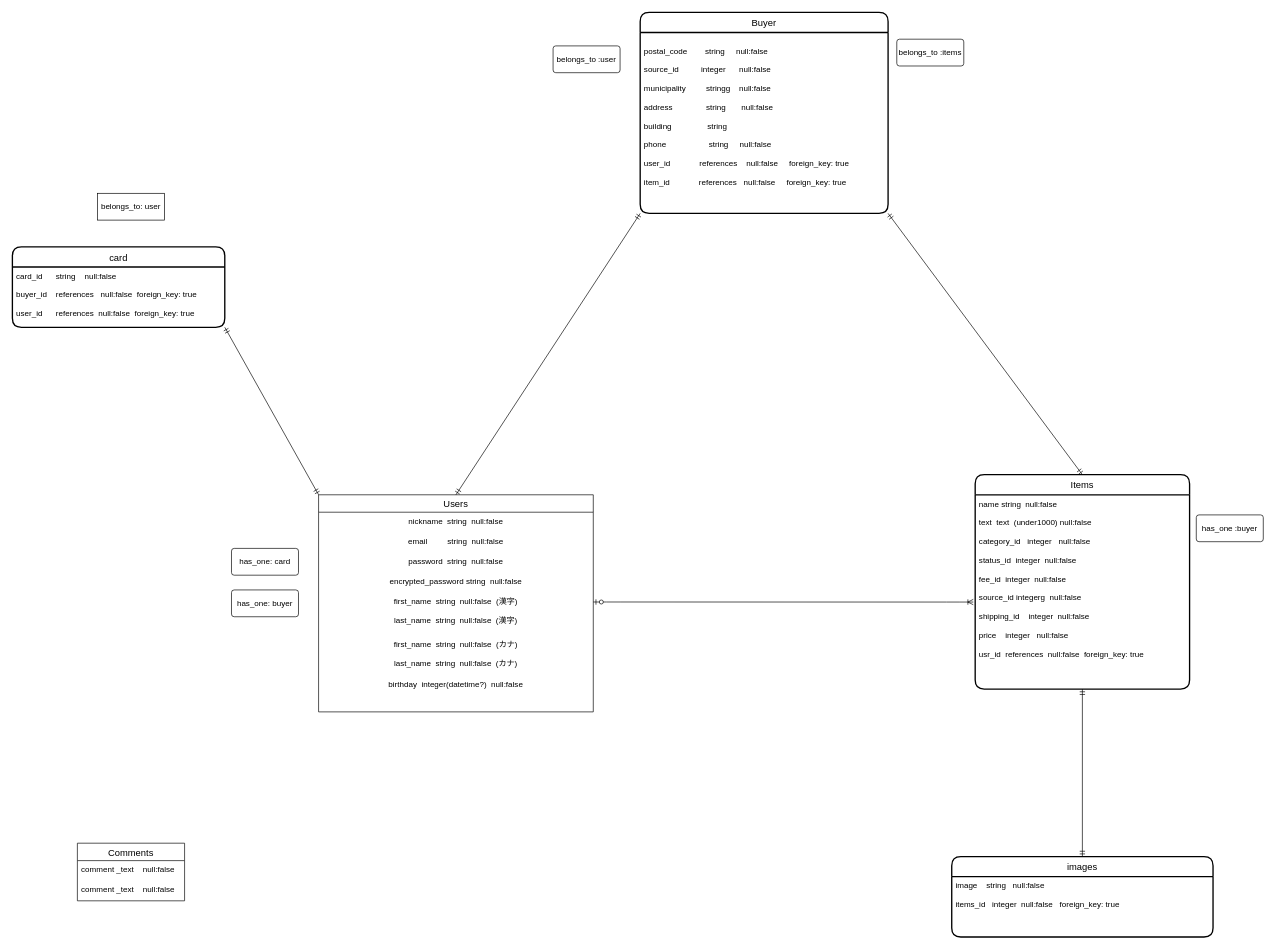
Above: furima-ER.dio in tomuyamukun/furima-32069 (draw.io), before the change. Source tidied: cells renumbered, new cells numbered last; positions are measured from the earlier drawing's top-left corner, leaving out a move shared by most shapes. Both pictures are drawn from the tidied source at 67%, with x=0, y=0 at pixel (12, 12).
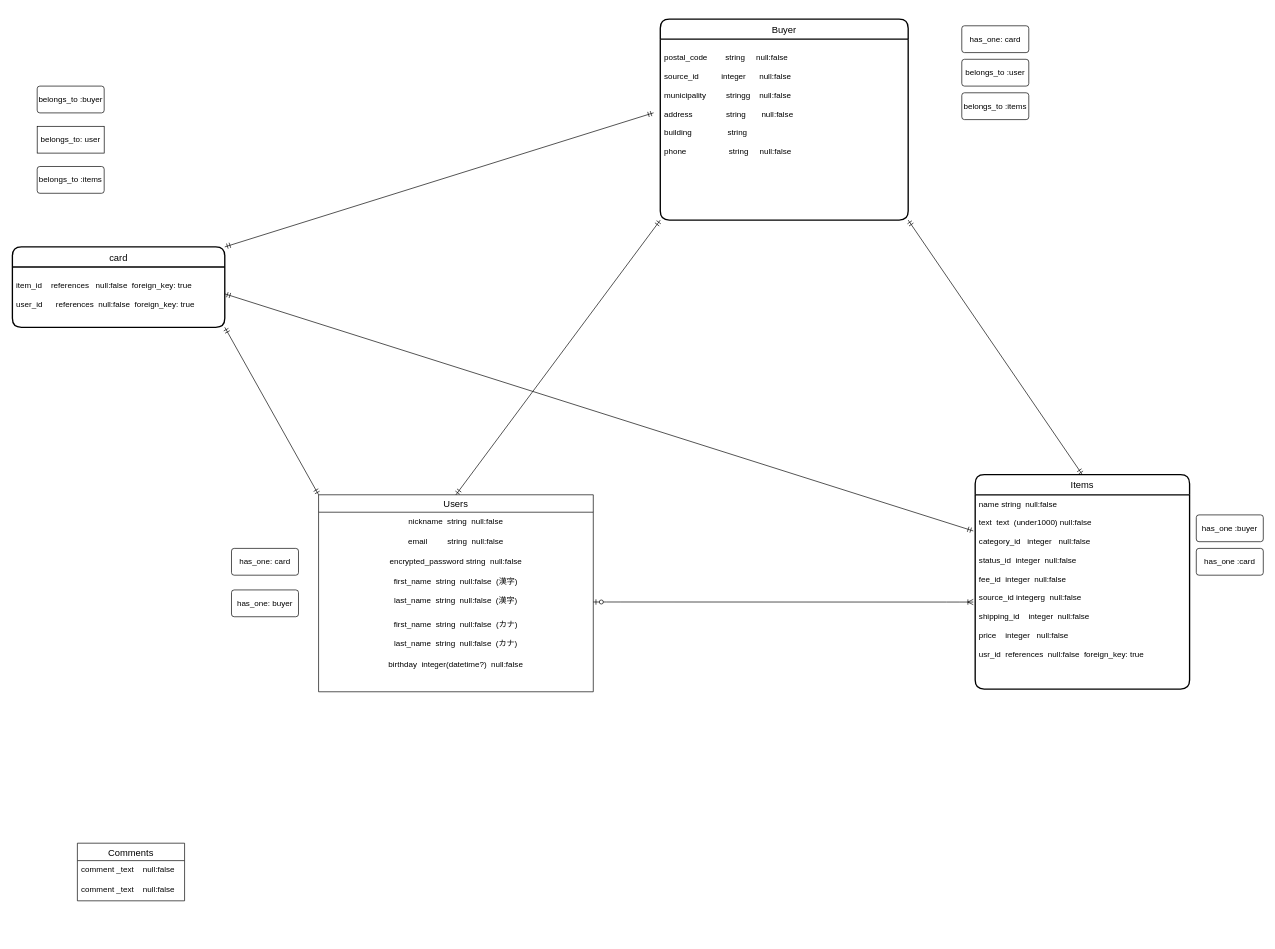
After the change.

Unchanged cells that the change refers to:
```xml
<mxCell id="20" value="name string  null:false&#10;&#10;text  text  (under1000) null:false&#10;&#10;category_id   integer   null:false&#10;&#10;status_id  integer  null:false&#10;&#10;fee_id  integer  null:false&#10;&#10;source_id integerg  null:false&#10;&#10;shipping_id    integer  null:false&#10;&#10;price    integer   null:false&#10;&#10;usr_id  references  null:false  foreign_key: true" style="align=left;strokeColor=none;fillColor=none;spacingLeft=4;fontSize=12;verticalAlign=top;" parent="19" vertex="1">
  <mxGeometry y="30" width="320" height="290" as="geometry" />
</mxCell>
<mxCell id="28" value="card" style="swimlane;horizontal=1;startSize=30;rounded=1;fontSize=14;fontStyle=0;strokeWidth=2;shadow=0;dashed=0;align=center;" parent="1" vertex="1">
  <mxGeometry y="350" width="317" height="120" as="geometry" />
</mxCell>
```

Change to the diagram source:
```diff
@@
     <mxCell id="3" value="belongs_to :items" style="rounded=1;arcSize=10;whiteSpace=wrap;html=1;align=center;" parent="1" vertex="1">
-      <mxGeometry x="1320" y="40" width="100" height="40" as="geometry" />
+      <mxGeometry x="1417" y="120" width="100" height="40" as="geometry" />
     </mxCell>
@@
-    <mxCell id="7" value="Buyer" style="swimlane;horizontal=1;startSize=30;rounded=1;fontSize=14;fontStyle=0;strokeWidth=2;shadow=0;dashed=0;align=center;" parent="1" vertex="1">
-      <mxGeometry x="937" width="370" height="300" as="geometry" />
-    </mxCell>
-    <mxCell id="8" value="&#10;postal_code        string     null:false&#10;&#10;source_id          integer      null:false&#10;&#10;municipality         stringg    null:false&#10;&#10;address               string       null:false&#10;&#10;building                string&#10;&#10;phone                   string     null:false&#10;&#10;user_id             references    null:false     foreign_key: true&#10;&#10;item_id             references   null:false     foreign_key: true" style="align=left;strokeColor=none;fillColor=none;spacingLeft=4;fontSize=12;verticalAlign=top;" parent="7" vertex="1">
-      <mxGeometry y="30" width="370" height="270" as="geometry" />
-    </mxCell>
-    <mxCell id="9" style="fontSize=12;html=1;endArrow=ERmandOne;startArrow=ERmandOne;entryX=0.5;entryY=1;entryDx=0;entryDy=0;exitX=0.5;exitY=0;exitDx=0;exitDy=0;" parent="1" edge="1" source="22" target="20">
-      <mxGeometry relative="1" as="geometry" />
-    </mxCell>
@@
     <mxCell id="11" value="Users" style="swimlane;fontStyle=0;horizontal=1;startSize=26;align=center;fontSize=14;" parent="1" vertex="1">
-      <mxGeometry x="457" y="720" width="410" height="324" as="geometry" />
+      <mxGeometry x="457" y="720" width="410" height="294" as="geometry" />
     </mxCell>
@@
-    <mxCell id="14" value="password  string  null:false" style="text;strokeColor=none;fillColor=none;spacingLeft=4;spacingRight=4;overflow=hidden;fontSize=12;align=center;" parent="11" vertex="1">
-      <mxGeometry y="86" width="410" height="30" as="geometry" />
-    </mxCell>
     <mxCell id="15" value="encrypted_password string  null:false" style="text;strokeColor=none;fillColor=none;spacingLeft=4;spacingRight=4;overflow=hidden;fontSize=12;align=center;" parent="11" vertex="1">
-      <mxGeometry y="116" width="410" height="30" as="geometry" />
+      <mxGeometry y="86" width="410" height="30" as="geometry" />
     </mxCell>
     <mxCell id="16" value="first_name  string  null:false  (漢字)&#10;&#10;last_name  string  null:false  (漢字)&#10;&#10;" style="text;strokeColor=none;fillColor=none;spacingLeft=4;spacingRight=4;overflow=hidden;fontSize=12;align=center;" parent="11" vertex="1">
-      <mxGeometry y="146" width="410" height="64" as="geometry" />
+      <mxGeometry y="116" width="410" height="64" as="geometry" />
     </mxCell>
     <mxCell id="17" value="first_name  string  null:false  (カナ)&#10;&#10;last_name  string  null:false  (カナ)" style="text;strokeColor=none;fillColor=none;spacingLeft=4;spacingRight=4;overflow=hidden;fontSize=12;align=center;" parent="11" vertex="1">
-      <mxGeometry y="210" width="410" height="60" as="geometry" />
+      <mxGeometry y="180" width="410" height="60" as="geometry" />
     </mxCell>
     <mxCell id="18" value="birthday  integer(datetime?)  null:false" style="text;strokeColor=none;fillColor=none;spacingLeft=4;spacingRight=4;overflow=hidden;fontSize=12;align=center;" parent="11" vertex="1">
-      <mxGeometry y="270" width="410" height="54" as="geometry" />
+      <mxGeometry y="240" width="410" height="54" as="geometry" />
     </mxCell>
@@
-    <mxCell id="22" value="images" style="swimlane;horizontal=1;startSize=30;rounded=1;fontSize=14;fontStyle=0;strokeWidth=2;shadow=0;dashed=0;align=center;" parent="1" vertex="1">
-      <mxGeometry x="1402" y="1260" width="390" height="120" as="geometry" />
-    </mxCell>
-    <mxCell id="23" value="image    string   null:false&#10;&#10;items_id   integer  null:false   foreign_key: true" style="align=left;strokeColor=none;fillColor=none;spacingLeft=4;fontSize=12;verticalAlign=top;" parent="22" vertex="1">
-      <mxGeometry y="30" width="390" height="90" as="geometry" />
-    </mxCell>
@@
     <mxCell id="25" value="belongs_to :user" style="rounded=1;arcSize=10;whiteSpace=wrap;html=1;align=center;" parent="1" vertex="1">
-      <mxGeometry x="807" y="50" width="100" height="40" as="geometry" />
+      <mxGeometry x="1417" y="70" width="100" height="40" as="geometry" />
     </mxCell>
@@
-    <mxCell id="29" value="card_id      string    null:false&#10;&#10;buyer_id    references   null:false  foreign_key: true&#10;&#10;user_id      references  null:false  foreign_key: true    " style="align=left;strokeColor=none;fillColor=none;spacingLeft=4;fontSize=12;verticalAlign=top;" parent="28" vertex="1">
+    <mxCell id="29" value="&#10;item_id    references   null:false  foreign_key: true&#10;&#10;user_id      references  null:false  foreign_key: true    " style="align=left;strokeColor=none;fillColor=none;spacingLeft=4;fontSize=12;verticalAlign=top;" parent="28" vertex="1">
       <mxGeometry y="30" width="317" height="90" as="geometry" />
     </mxCell>
@@
     <mxCell id="32" value="belongs_to: user" style="whiteSpace=wrap;html=1;align=center;" parent="1" vertex="1">
-      <mxGeometry x="127" y="270" width="100" height="40" as="geometry" />
+      <mxGeometry x="37" y="170" width="100" height="40" as="geometry" />
     </mxCell>
+    <mxCell id="33" value="belongs_to :items" style="rounded=1;arcSize=10;whiteSpace=wrap;html=1;align=center;" parent="1" vertex="1">
+      <mxGeometry x="37" y="230" width="100" height="40" as="geometry" />
+    </mxCell>
+    <mxCell id="34" value="belongs_to :buyer" style="rounded=1;arcSize=10;whiteSpace=wrap;html=1;align=center;" parent="1" vertex="1">
+      <mxGeometry x="37" y="110" width="100" height="40" as="geometry" />
+    </mxCell>
+    <mxCell id="35" style="fontSize=12;html=1;endArrow=ERmandOne;startArrow=ERmandOne;exitX=-0.027;exitY=0.407;exitDx=0;exitDy=0;entryX=1;entryY=1;entryDx=0;entryDy=0;exitPerimeter=0;" parent="1" edge="1" source="8">
+      <mxGeometry relative="1" as="geometry">
+        <mxPoint x="317" y="350" as="targetPoint" />
+      </mxGeometry>
+    </mxCell>
+    <mxCell id="36" value="has_one: card" style="rounded=1;arcSize=10;whiteSpace=wrap;html=1;align=center;" parent="1" vertex="1">
+      <mxGeometry x="1417" y="20" width="100" height="40" as="geometry" />
+    </mxCell>
+    <mxCell id="37" style="fontSize=12;html=1;endArrow=ERmandOne;startArrow=ERmandOne;exitX=-0.009;exitY=0.186;exitDx=0;exitDy=0;entryX=1;entryY=1;entryDx=0;entryDy=0;exitPerimeter=0;" parent="1" edge="1" source="20">
+      <mxGeometry relative="1" as="geometry">
+        <mxPoint x="317" y="420.1" as="targetPoint" />
+      </mxGeometry>
+    </mxCell>
+    <mxCell id="38" value="has_one :card" style="rounded=1;arcSize=10;whiteSpace=wrap;html=1;align=center;" parent="1" vertex="1">
+      <mxGeometry x="1767" y="800" width="100" height="40" as="geometry" />
+    </mxCell>
+    <mxCell id="7" value="Buyer" style="swimlane;horizontal=1;startSize=30;rounded=1;fontSize=14;fontStyle=0;strokeWidth=2;shadow=0;dashed=0;align=center;" parent="1" vertex="1">
+      <mxGeometry x="967" y="10" width="370" height="300" as="geometry" />
+    </mxCell>
+    <mxCell id="8" value="&#10;postal_code        string     null:false&#10;&#10;source_id          integer      null:false&#10;&#10;municipality         stringg    null:false&#10;&#10;address               string       null:false&#10;&#10;building                string&#10;&#10;phone                   string     null:false&#10;" style="align=left;strokeColor=none;fillColor=none;spacingLeft=4;fontSize=12;verticalAlign=top;" parent="7" vertex="1">
+      <mxGeometry y="30" width="370" height="270" as="geometry" />
+    </mxCell>
```
